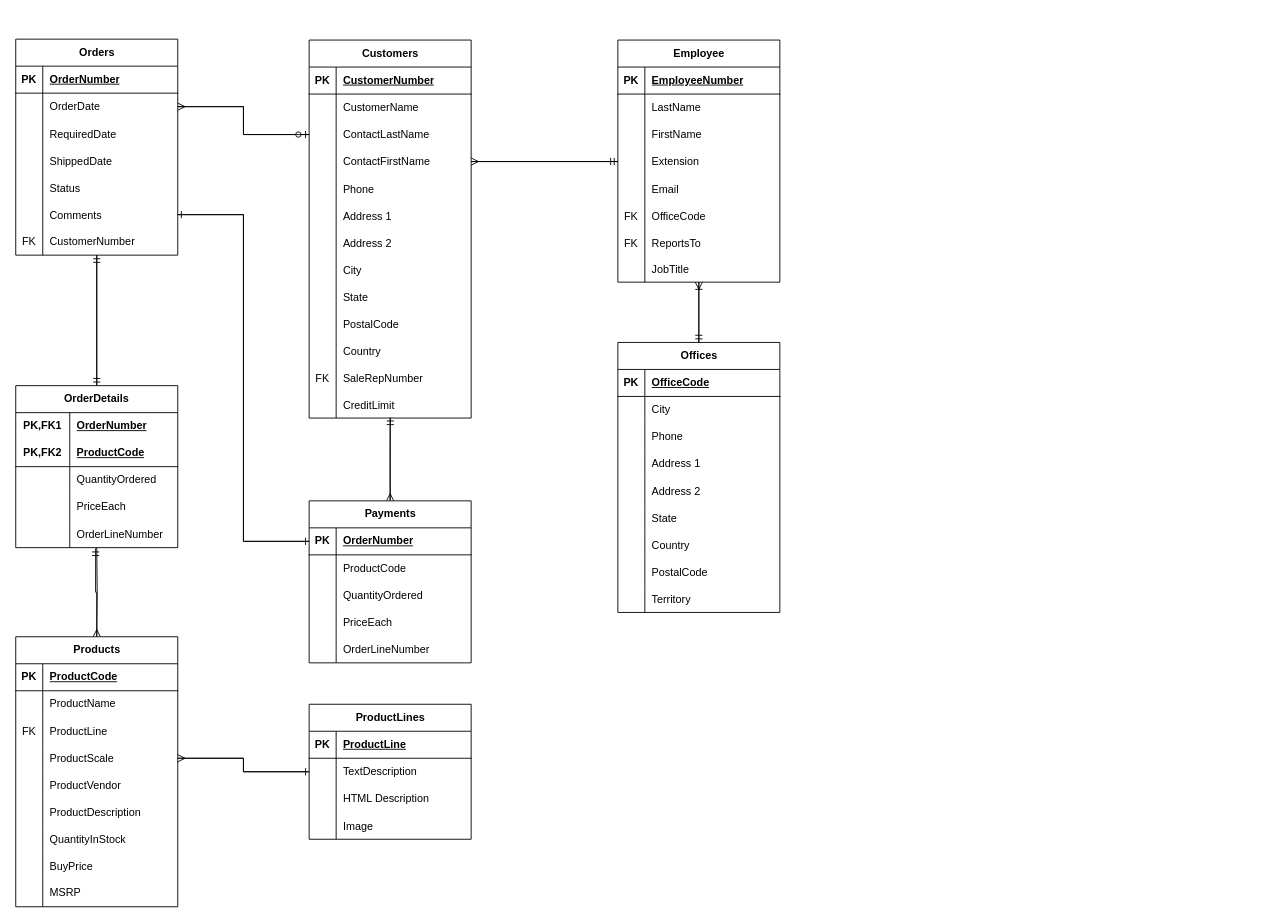
Above: DBS Lab2.drawio in Treliuz/DBS (draw.io), before the change. Source tidied: cells renumbered, new cells numbered last; positions are measured from the earlier drawing's top-left corner, leaving out a move shared by most shapes. Both pictures are drawn from the tidied source at 90%, with x=0, y=0 at pixel (15, 39).
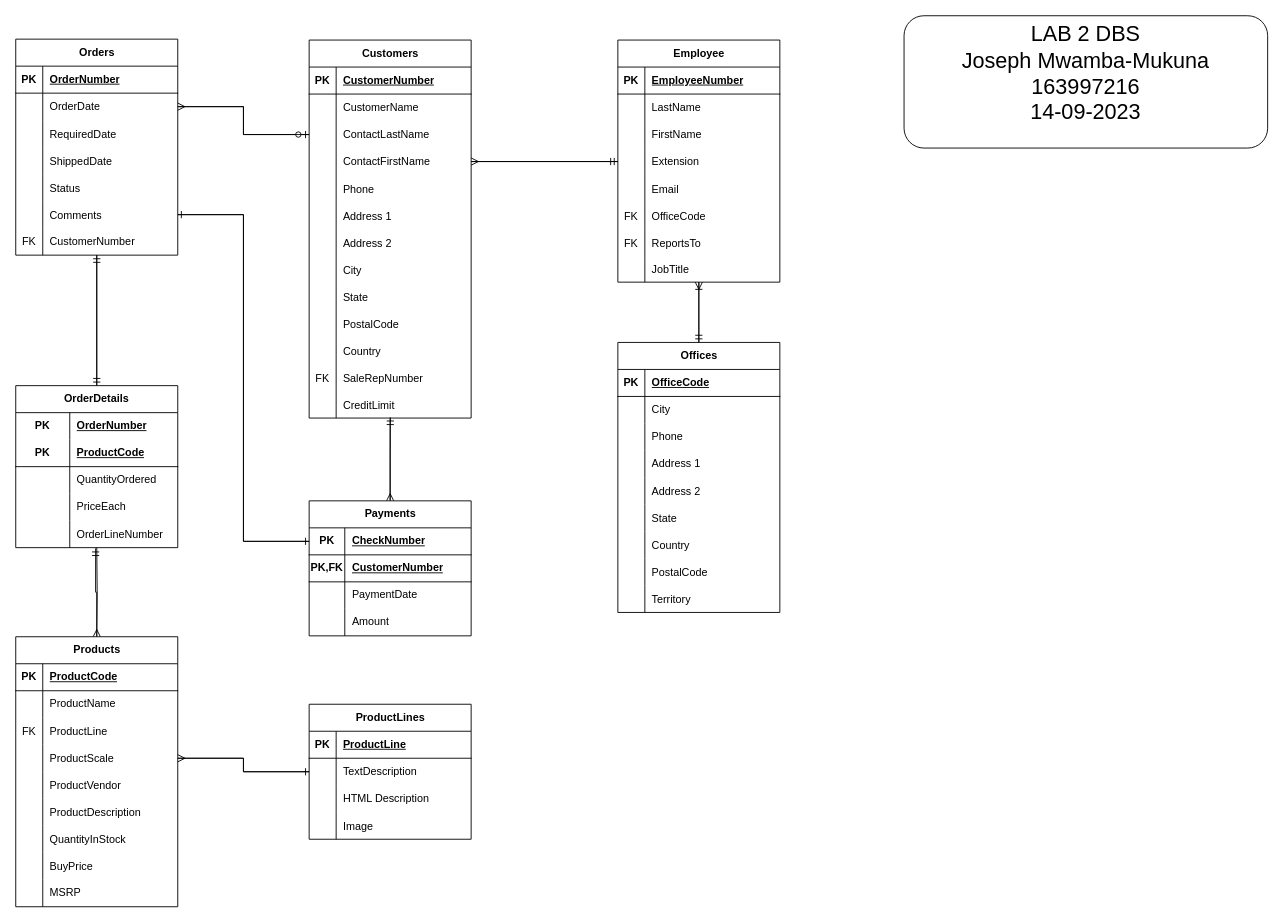
After the change.

The change refers to these unchanged cells:
```xml
<mxCell id="124" style="shape=tableRow;horizontal=0;startSize=0;swimlaneHead=0;swimlaneBody=0;fillColor=none;points=[[0,0.5],[1,0.5]];portConstraint=eastwest;top=0;left=0;right=0;bottom=1;" parent="123" vertex="1">
  <mxGeometry y="30" width="180" height="30" as="geometry" />
</mxCell>
<mxCell id="130" style="shape=tableRow;horizontal=0;startSize=0;swimlaneHead=0;swimlaneBody=0;fillColor=none;top=0;left=0;right=0;bottom=0;" parent="123" vertex="1">
  <mxGeometry y="90" width="180" height="30" as="geometry" />
</mxCell>
<mxCell id="133" style="shape=tableRow;horizontal=0;startSize=0;swimlaneHead=0;swimlaneBody=0;fillColor=none;top=0;left=0;right=0;bottom=0;" parent="123" vertex="1">
  <mxGeometry y="120" width="180" height="30" as="geometry" />
</mxCell>
<mxCell id="189" style="shape=tableRow;horizontal=0;startSize=0;swimlaneHead=0;swimlaneBody=0;fillColor=none;top=0;left=0;right=0;bottom=0;html=1;" parent="188" vertex="1">
  <mxGeometry y="30" width="180" height="30" as="geometry" />
</mxCell>
<mxCell id="192" style="shape=tableRow;horizontal=0;startSize=0;swimlaneHead=0;swimlaneBody=0;fillColor=none;top=0;left=0;right=0;bottom=1;html=1;" parent="188" vertex="1">
  <mxGeometry y="60" width="180" height="30" as="geometry" />
</mxCell>
```

Change to the diagram source:
```diff
@@
     <mxCell id="123" value="Payments" style="shape=table;startSize=30;childLayout=tableLayout;rowLines=0;fontStyle=1;align=center;html=1;" parent="1" vertex="1">
-      <mxGeometry x="326" y="513" width="180" height="180" as="geometry" />
+      <mxGeometry x="326" y="513" width="180" height="150" as="geometry" />
     </mxCell>
@@
     <mxCell id="125" value="PK" style="shape=partialRectangle;fillColor=none;top=0;left=0;bottom=0;right=0;fontStyle=1;overflow=hidden;whiteSpace=wrap;html=1;" parent="124" vertex="1">
-      <mxGeometry width="30" height="30" as="geometry" />
+      <mxGeometry width="39.6" height="30" as="geometry" />
     </mxCell>
-    <mxCell id="126" value="OrderNumber" style="shape=partialRectangle;fillColor=none;top=0;left=0;bottom=0;right=0;align=left;spacingLeft=6;fontStyle=5;overflow=hidden;whiteSpace=wrap;html=1;" parent="124" vertex="1">
-      <mxGeometry x="30" width="150" height="30" as="geometry" />
+    <mxCell id="126" value="CheckNumber" style="shape=partialRectangle;fillColor=none;top=0;left=0;bottom=0;right=0;align=left;spacingLeft=6;fontStyle=5;overflow=hidden;whiteSpace=wrap;html=1;" parent="124" vertex="1">
+      <mxGeometry x="39.6" width="140.4" height="30" as="geometry" />
     </mxCell>
-    <mxCell id="127" style="shape=tableRow;horizontal=0;startSize=0;swimlaneHead=0;swimlaneBody=0;fillColor=none;top=0;left=0;right=0;bottom=0;" parent="123" vertex="1">
-      <mxGeometry y="60" width="180" height="30" as="geometry" />
-    </mxCell>
-    <mxCell id="128" style="shape=partialRectangle;fillColor=none;top=0;left=0;bottom=0;right=0;overflow=hidden;whiteSpace=wrap;html=1;" parent="127" vertex="1">
-      <mxGeometry width="30" height="30" as="geometry" />
-    </mxCell>
-    <mxCell id="129" value="ProductCode" style="shape=partialRectangle;fillColor=none;top=0;left=0;bottom=0;right=0;align=left;spacingLeft=6;overflow=hidden;whiteSpace=wrap;html=1;" parent="127" vertex="1">
-      <mxGeometry x="30" width="150" height="30" as="geometry" />
-    </mxCell>
+    <mxCell id="206" style="shape=tableRow;horizontal=0;startSize=0;swimlaneHead=0;swimlaneBody=0;fillColor=none;top=0;left=0;right=0;bottom=1;" parent="123" vertex="1">
+      <mxGeometry y="60" width="180" height="30" as="geometry" />
+    </mxCell>
+    <mxCell id="207" value="PK,FK" style="shape=partialRectangle;fillColor=none;top=0;left=0;bottom=0;right=0;fontStyle=1;overflow=hidden;whiteSpace=wrap;html=1;" parent="206" vertex="1">
+      <mxGeometry width="39.6" height="30" as="geometry" />
+    </mxCell>
+    <mxCell id="208" value="CustomerNumber" style="shape=partialRectangle;fillColor=none;top=0;left=0;bottom=0;right=0;align=left;spacingLeft=6;fontStyle=5;overflow=hidden;whiteSpace=wrap;html=1;" parent="206" vertex="1">
+      <mxGeometry x="39.6" width="140.4" height="30" as="geometry" />
+    </mxCell>
@@
     <mxCell id="131" style="shape=partialRectangle;fillColor=none;top=0;left=0;bottom=0;right=0;overflow=hidden;whiteSpace=wrap;html=1;" parent="130" vertex="1">
-      <mxGeometry width="30" height="30" as="geometry" />
+      <mxGeometry width="39.6" height="30" as="geometry" />
     </mxCell>
-    <mxCell id="132" value="QuantityOrdered" style="shape=partialRectangle;fillColor=none;top=0;left=0;bottom=0;right=0;align=left;spacingLeft=6;overflow=hidden;whiteSpace=wrap;html=1;" parent="130" vertex="1">
-      <mxGeometry x="30" width="150" height="30" as="geometry" />
+    <mxCell id="132" value="PaymentDate" style="shape=partialRectangle;fillColor=none;top=0;left=0;bottom=0;right=0;align=left;spacingLeft=6;overflow=hidden;whiteSpace=wrap;html=1;" parent="130" vertex="1">
+      <mxGeometry x="39.6" width="140.4" height="30" as="geometry" />
     </mxCell>
@@
     <mxCell id="134" style="shape=partialRectangle;fillColor=none;top=0;left=0;bottom=0;right=0;overflow=hidden;whiteSpace=wrap;html=1;" parent="133" vertex="1">
-      <mxGeometry width="30" height="30" as="geometry" />
+      <mxGeometry width="39.6" height="30" as="geometry" />
     </mxCell>
-    <mxCell id="135" value="PriceEach" style="shape=partialRectangle;fillColor=none;top=0;left=0;bottom=0;right=0;align=left;spacingLeft=6;overflow=hidden;whiteSpace=wrap;html=1;" parent="133" vertex="1">
-      <mxGeometry x="30" width="150" height="30" as="geometry" />
+    <mxCell id="135" value="Amount" style="shape=partialRectangle;fillColor=none;top=0;left=0;bottom=0;right=0;align=left;spacingLeft=6;overflow=hidden;whiteSpace=wrap;html=1;" parent="133" vertex="1">
+      <mxGeometry x="39.6" width="140.4" height="30" as="geometry" />
     </mxCell>
-    <mxCell id="136" style="shape=tableRow;horizontal=0;startSize=0;swimlaneHead=0;swimlaneBody=0;fillColor=none;top=0;left=0;right=0;bottom=0;" parent="123" vertex="1">
-      <mxGeometry y="150" width="180" height="30" as="geometry" />
-    </mxCell>
-    <mxCell id="137" style="shape=partialRectangle;fillColor=none;top=0;left=0;bottom=0;right=0;overflow=hidden;" parent="136" vertex="1">
-      <mxGeometry width="30" height="30" as="geometry" />
-    </mxCell>
-    <mxCell id="138" value="OrderLineNumber" style="shape=partialRectangle;fillColor=none;top=0;left=0;bottom=0;right=0;align=left;spacingLeft=6;overflow=hidden;" parent="136" vertex="1">
-      <mxGeometry x="30" width="150" height="30" as="geometry" />
-    </mxCell>
@@
-    <mxCell id="190" value="PK,FK1" style="shape=partialRectangle;fillColor=none;top=0;left=0;bottom=0;right=0;fontStyle=1;overflow=hidden;html=1;whiteSpace=wrap;" parent="189" vertex="1">
+    <mxCell id="190" value="PK" style="shape=partialRectangle;fillColor=none;top=0;left=0;bottom=0;right=0;fontStyle=1;overflow=hidden;html=1;whiteSpace=wrap;" parent="189" vertex="1">
       <mxGeometry width="60" height="30" as="geometry" />
     </mxCell>
@@
-    <mxCell id="193" value="PK,FK2" style="shape=partialRectangle;fillColor=none;top=0;left=0;bottom=0;right=0;fontStyle=1;overflow=hidden;html=1;whiteSpace=wrap;" parent="192" vertex="1">
+    <mxCell id="193" value="PK" style="shape=partialRectangle;fillColor=none;top=0;left=0;bottom=0;right=0;fontStyle=1;overflow=hidden;html=1;whiteSpace=wrap;" parent="192" vertex="1">
       <mxGeometry width="60" height="30" as="geometry" />
     </mxCell>
@@
+    <mxCell id="209" value="LAB 2 DBS&lt;br&gt;&lt;div&gt;Joseph Mwamba-Mukuna&lt;/div&gt;&lt;div&gt;163997216&lt;/div&gt;&lt;div&gt;14-09-2023&lt;br&gt;&lt;/div&gt;" style="rounded=1;whiteSpace=wrap;html=1;align=center;verticalAlign=top;fontSize=24;" parent="1" vertex="1">
+      <mxGeometry x="987" y="-26" width="404" height="147" as="geometry" />
+    </mxCell>
```
